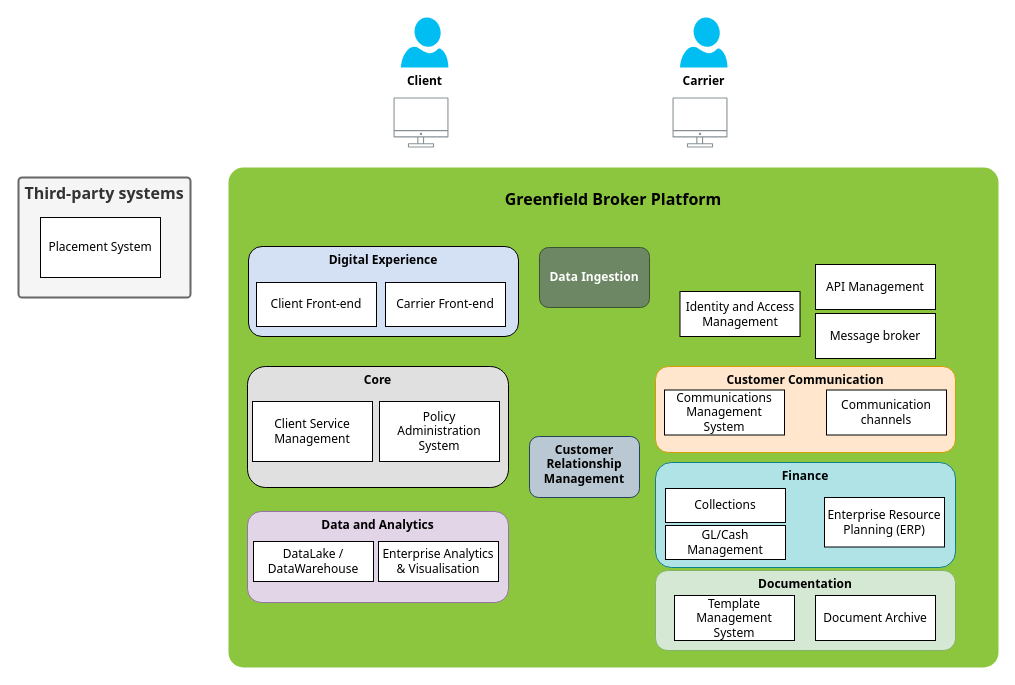
The draw.io diagram page "Page-2" (2 of 3) of Untitled Diagram.drawio in michaelmorar/diagrams, before the edit. Source tidied: cells renumbered, new cells numbered last; positions are measured from the earlier drawing's top-left corner, leaving out a move shared by most shapes. Both pictures are drawn from the tidied source at 100%, with x=0, y=0 at pixel (18, 17).
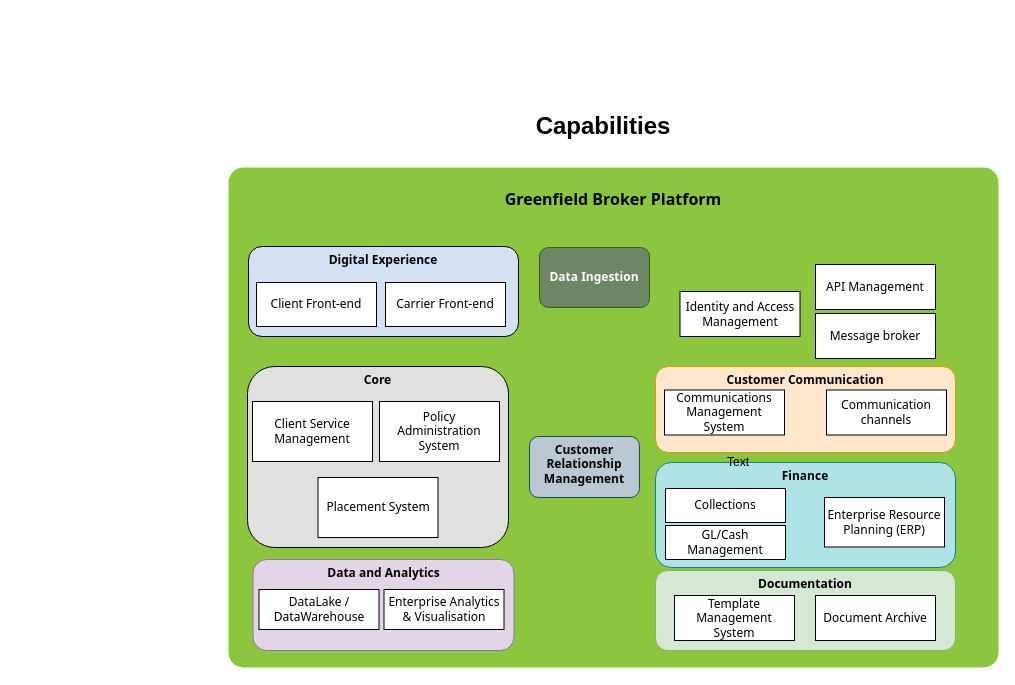
The same page after the edit.

The edit, as a diff of the source:
```diff
@@
-    <mxCell id="3" value="&lt;font face=&quot;Tahoma&quot;&gt;&lt;b&gt;Client&lt;/b&gt;&lt;/font&gt;" style="verticalLabelPosition=bottom;html=1;verticalAlign=top;align=center;strokeColor=none;fillColor=#00BEF2;shape=mxgraph.azure.user;" parent="1" vertex="1">
-      <mxGeometry x="382.4" width="47.5" height="50" as="geometry" />
-    </mxCell>
-    <mxCell id="4" value="Carrier" style="verticalLabelPosition=bottom;html=1;verticalAlign=top;align=center;strokeColor=none;fillColor=#00BEF2;shape=mxgraph.azure.user;fontFamily=Tahoma;fontStyle=1;" parent="1" vertex="1">
-      <mxGeometry x="661.5" width="47.5" height="50" as="geometry" />
-    </mxCell>
-    <mxCell id="5" style="sketch=0;gradientColor=none;fontColor=#545B64;strokeColor=none;fillColor=#879196;dashed=0;verticalLabelPosition=bottom;verticalAlign=top;align=center;html=1;fontSize=12;fontStyle=0;shape=mxgraph.aws4.illustration_desktop;" parent="1" vertex="1">
-      <mxGeometry x="375" y="80" width="55" height="50" as="geometry" />
-    </mxCell>
-    <mxCell id="6" style="sketch=0;gradientColor=none;fontColor=#545B64;strokeColor=none;fillColor=#879196;dashed=0;verticalLabelPosition=bottom;verticalAlign=top;align=center;html=1;fontSize=12;fontStyle=0;shape=mxgraph.aws4.illustration_desktop;" parent="1" vertex="1">
-      <mxGeometry x="654" y="80" width="55" height="50" as="geometry" />
-    </mxCell>
@@
     <mxCell id="8" value="&lt;b&gt;Core&lt;/b&gt;" style="rounded=1;whiteSpace=wrap;html=1;fontStyle=0;fontFamily=Tahoma;align=center;verticalAlign=top;fillColor=#E0E0E0;" parent="1" vertex="1">
-      <mxGeometry x="229" y="349" width="261" height="121" as="geometry" />
+      <mxGeometry x="229" y="349" width="261" height="181" as="geometry" />
     </mxCell>
@@
-    <mxCell id="10" value="Third-party systems" style="rounded=1;whiteSpace=wrap;html=1;shadow=0;strokeWidth=2;fillColor=#f5f5f5;fontSize=16;fontColor=#333333;align=center;strokeColor=#666666;arcSize=3;verticalAlign=top;fontFamily=Tahoma;fontStyle=1;" parent="1" vertex="1">
-      <mxGeometry y="160" width="172" height="120" as="geometry" />
-    </mxCell>
@@
     <mxCell id="14" value="Placement System" style="rounded=0;whiteSpace=wrap;html=1;fontFamily=Tahoma;fontStyle=0;" parent="1" vertex="1">
-      <mxGeometry x="22" y="200" width="120" height="60" as="geometry" />
+      <mxGeometry x="299.5" y="460" width="120" height="60" as="geometry" />
     </mxCell>
     <mxCell id="15" value="Data and Analytics" style="rounded=1;whiteSpace=wrap;html=1;fontStyle=1;fontFamily=Tahoma;align=center;verticalAlign=top;fillColor=#e1d5e7;strokeColor=#9673a6;" parent="1" vertex="1">
-      <mxGeometry x="229" y="494" width="261" height="91" as="geometry" />
+      <mxGeometry x="234.5" y="542" width="261" height="91" as="geometry" />
     </mxCell>
@@
     <mxCell id="19" value="DataLake / DataWarehouse" style="rounded=0;whiteSpace=wrap;html=1;fontFamily=Tahoma;fontStyle=0;" parent="1" vertex="1">
-      <mxGeometry x="235" y="524" width="120" height="40" as="geometry" />
+      <mxGeometry x="240.5" y="572" width="120" height="40" as="geometry" />
     </mxCell>
@@
     <mxCell id="25" value="Enterprise Analytics &amp;amp; Visualisation" style="rounded=0;whiteSpace=wrap;html=1;fontFamily=Tahoma;fontStyle=0;" parent="1" vertex="1">
-      <mxGeometry x="360" y="524" width="120" height="40" as="geometry" />
+      <mxGeometry x="365.5" y="572" width="120" height="40" as="geometry" />
     </mxCell>
@@
+    <mxCell id="33" value="Text" style="text;html=1;align=center;verticalAlign=middle;whiteSpace=wrap;rounded=0;" parent="1" vertex="1">
+      <mxGeometry x="690" y="430" width="60" height="30" as="geometry" />
+    </mxCell>
+    <mxCell id="34" value="&lt;h1&gt;Capabilities&lt;/h1&gt;" style="text;html=1;align=center;verticalAlign=middle;whiteSpace=wrap;rounded=0;" parent="1" vertex="1">
+      <mxGeometry x="340" y="79" width="490" height="60" as="geometry" />
+    </mxCell>
```
